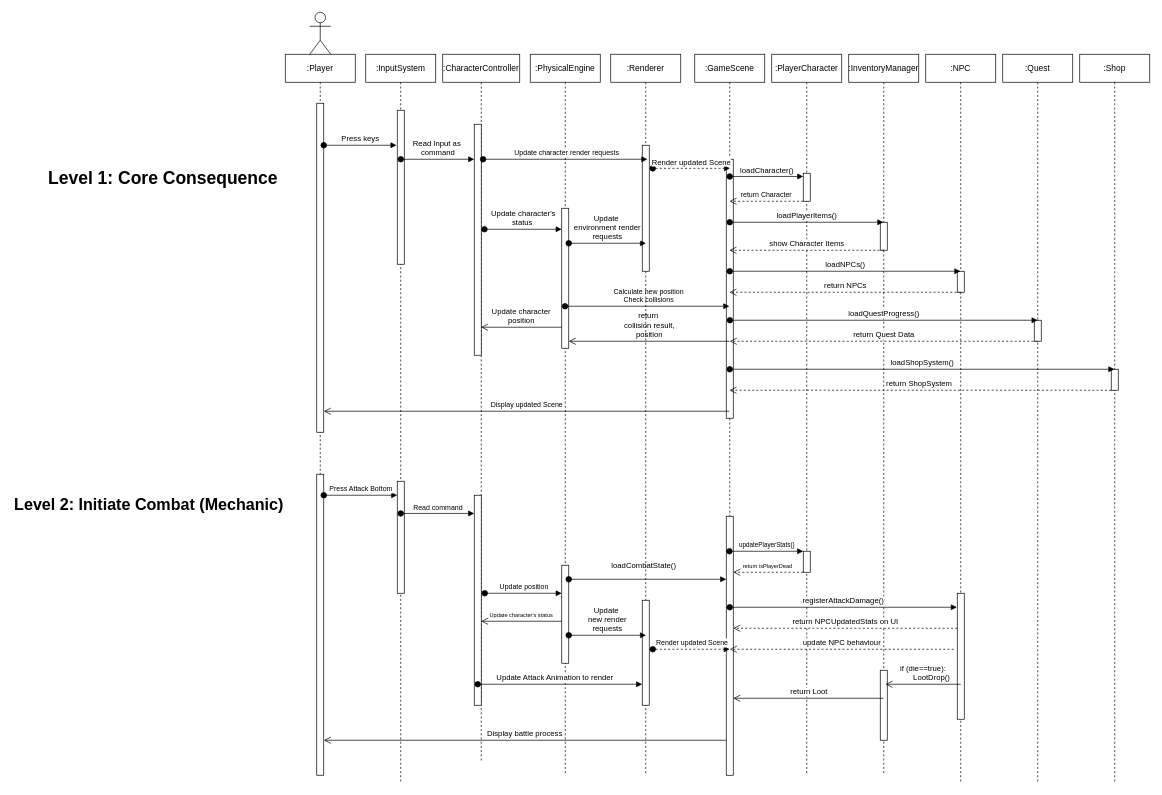
The draw.io diagram UMLs/Sprint2sequenceDiagram.drawio in AndyC00/Diagrams, before the edit. Source tidied: cells renumbered, new cells numbered last; positions are measured from the earlier drawing's top-left corner, leaving out a move shared by most shapes. Both pictures are drawn from the tidied source at 70%, with x=0, y=0 at pixel (12, 12).
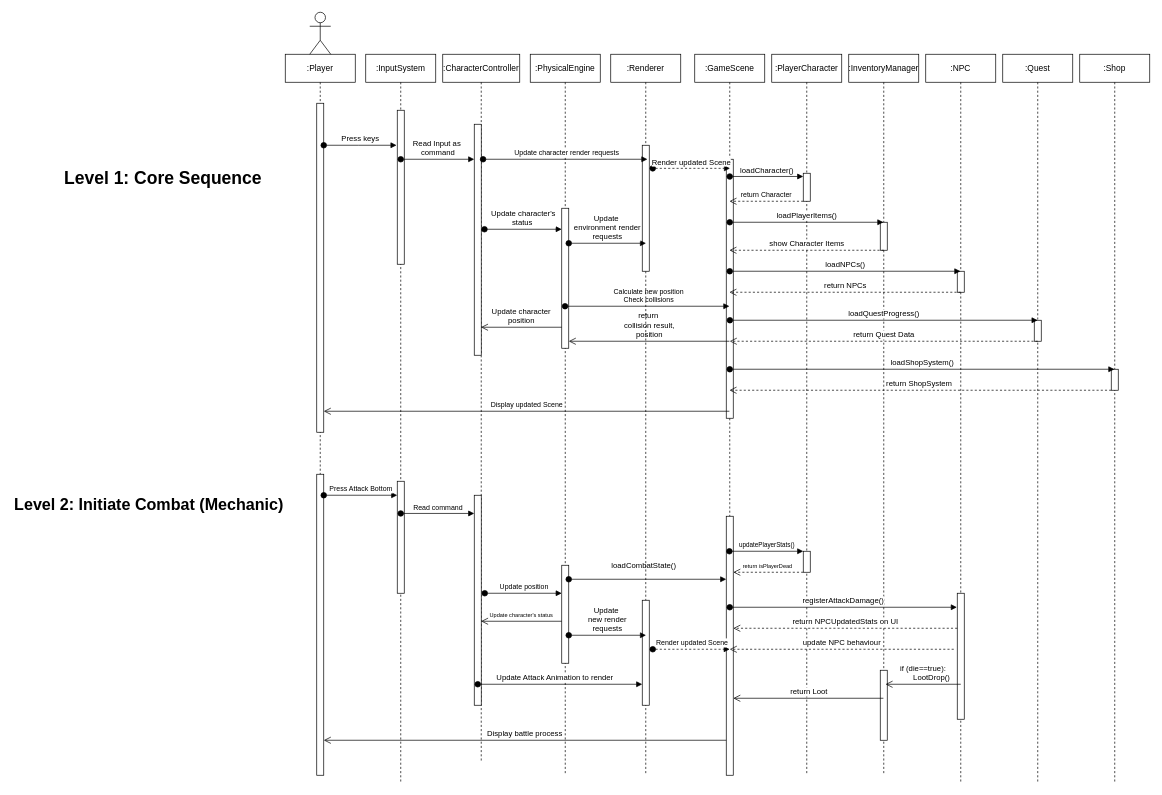
The same page after the edit.

Diff of the diagram source:
```diff
@@
-    <mxCell id="43" value="&lt;font style=&quot;font-size: 25px;&quot;&gt;Level 1: Core Consequence&lt;/font&gt;" style="text;align=center;fontStyle=1;verticalAlign=middle;spacingLeft=3;spacingRight=3;strokeColor=none;html=1;" parent="1" vertex="1">
+    <mxCell id="43" value="&lt;font style=&quot;font-size: 25px;&quot;&gt;Level 1: Core Sequence&lt;/font&gt;" style="text;align=center;fontStyle=1;verticalAlign=middle;spacingLeft=3;spacingRight=3;strokeColor=none;html=1;" parent="1" vertex="1">
       <mxGeometry x="55" y="223" width="320" height="26" as="geometry" />
     </mxCell>
```
